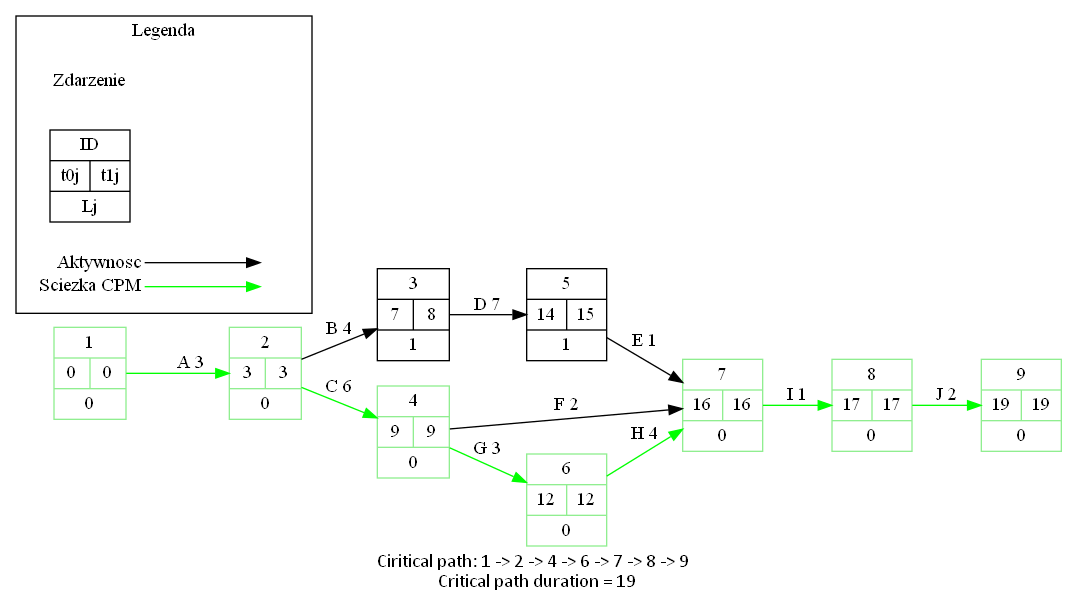
damczi17/boil keeps this Graphviz diagram as graph.png. Above is the earlier version. Its source is kept beside it as graph.gv.
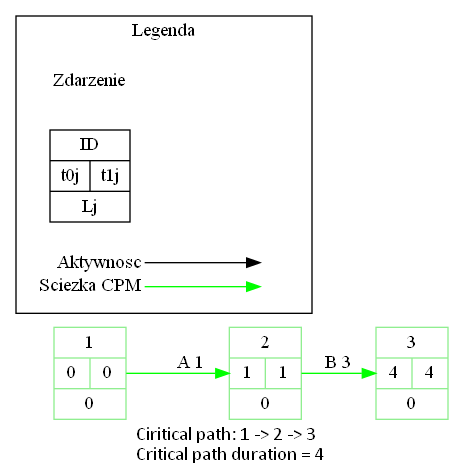
The same file after the commit.

Diff of the diagram source:
```diff
@@ -1,18 +1,8 @@
 digraph G {
 rankdir="LR";
-struct1[shape=record,label="1|{0|0}| 0", color=lightgreen];struct1 -> struct2[color=green, label="A 3"];
-struct2[shape=record,label="2|{3|3}| 0", color=lightgreen];struct2 -> struct3[label="B 4"];
-struct2 -> struct4[color=green, label="C 6"];
-struct3[shape=record,label="3|{7|8}| 1"];
-struct3 -> struct5[label="D 7"];
-struct4[shape=record,label="4|{9|9}| 0", color=lightgreen];struct4 -> struct7[label="F 2"];
-struct4 -> struct6[color=green, label="G 3"];
-struct5[shape=record,label="5|{14|15}| 1"];
-struct5 -> struct7[label="E 1"];
-struct6[shape=record,label="6|{12|12}| 0", color=lightgreen];struct6 -> struct7[color=green, label="H 4"];
-struct7[shape=record,label="7|{16|16}| 0", color=lightgreen];struct7 -> struct8[color=green, label="I 1"];
-struct8[shape=record,label="8|{17|17}| 0", color=lightgreen];struct8 -> struct9[color=green, label="J 2"];
-struct9[shape=record,label="9|{19|19}| 0", color=lightgreen];node [shape=plaintext]
+struct1[shape=record,label="1|{0|0}| 0", color=lightgreen];struct1 -> struct2[color=green, label="A 1"];
+struct2[shape=record,label="2|{1|1}| 0", color=lightgreen];struct2 -> struct3[color=green, label="B 3"];
+struct3[shape=record,label="3|{4|4}| 0", color=lightgreen];node [shape=plaintext]
 subgraph cluster_01 {
 label = "Legenda";
 Zdarzenie
@@ -29,8 +19,8 @@
 
 struct [shape=record,label="ID|{t0j|t1j}|Lj"];
 }
-label="Ciritical path: 1 -> 2 -> 4 -> 6 -> 7 -> 8 -> 9
-  Critical path duration = 19"
+label="Ciritical path: 1 -> 2 -> 3
+  Critical path duration = 4"
 fontname="Calibri"
 
 }
```
